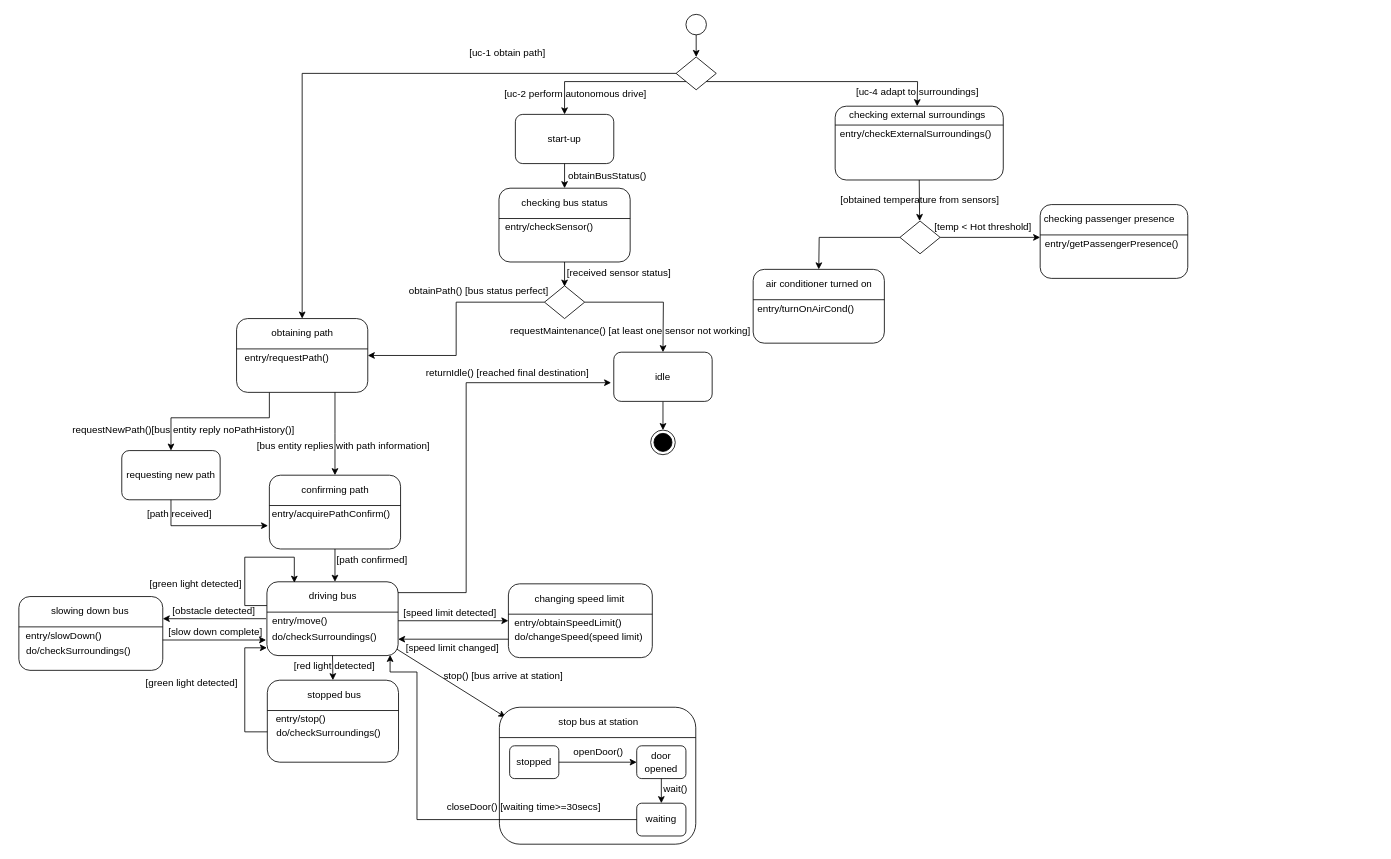
This is stateDiagramDrivingModule.drawio from justn0thinghere/drawio, a draw.io file, before an edit. Source tidied: cells renumbered, new cells numbered last; positions are measured from the earlier drawing's top-left corner, leaving out a move shared by most shapes. Both pictures are drawn from the tidied source at 82%, with x=0, y=0 at pixel (13, 14).
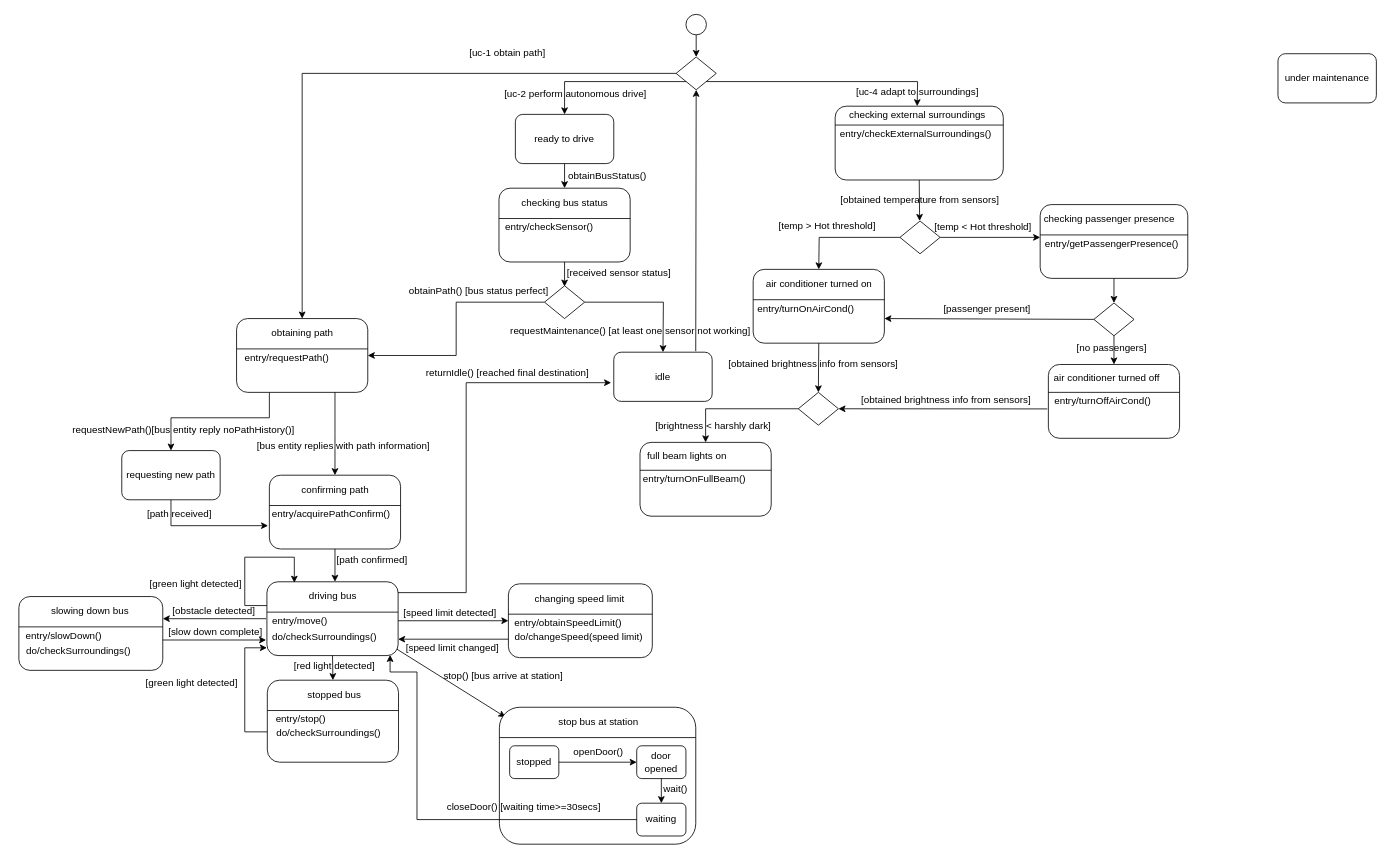
The same page after the edit.

The change refers to these unchanged cells:
```xml
<mxCell id="4" style="rhombus;whiteSpace=wrap;html=1;" parent="1" vertex="1">
  <mxGeometry x="808" y="52" width="49" height="40" as="geometry" />
</mxCell>
<mxCell id="24" value="idle" style="rounded=1;whiteSpace=wrap;html=1;" parent="1" vertex="1">
  <mxGeometry x="732" y="412" width="120" height="60" as="geometry" />
</mxCell>
<mxCell id="103" style="rounded=1;whiteSpace=wrap;html=1;" parent="1" vertex="1">
  <mxGeometry x="902" y="311" width="160" height="90" as="geometry" />
</mxCell>
<mxCell id="108" style="rounded=1;whiteSpace=wrap;html=1;" parent="1" vertex="1">
  <mxGeometry x="1252" y="232" width="180" height="90" as="geometry" />
</mxCell>
```

Change to the diagram source:
```diff
@@
-    <mxCell id="2" style="ellipse;html=1;shape=endState;fillColor=#000000;strokeColor=#000000;" parent="1" vertex="1">
-      <mxGeometry x="777" y="507" width="30" height="30" as="geometry" />
-    </mxCell>
@@
-    <mxCell id="11" value="start-up" style="rounded=1;whiteSpace=wrap;html=1;" parent="1" vertex="1">
+    <mxCell id="11" value="ready to drive" style="rounded=1;whiteSpace=wrap;html=1;" parent="1" vertex="1">
       <mxGeometry x="612" y="122" width="120" height="60" as="geometry" />
     </mxCell>
@@
-    <mxCell id="23" style="endArrow=classic;html=1;rounded=0;exitX=0.5;exitY=1;exitDx=0;exitDy=0;entryX=0.5;entryY=0;entryDx=0;entryDy=0;" parent="1" edge="1" source="24" target="2">
-      <mxGeometry relative="1" as="geometry" />
-    </mxCell>
@@
+    <mxCell id="113" style="endArrow=classic;html=1;rounded=0;exitX=0.833;exitY=-0.02;exitDx=0;exitDy=0;entryX=0.5;entryY=1;entryDx=0;entryDy=0;exitPerimeter=0;" parent="1" edge="1" source="24" target="4">
+      <mxGeometry relative="1" as="geometry" />
+    </mxCell>
+    <mxCell id="114" value="under maintenance" style="rounded=1;whiteSpace=wrap;html=1;" parent="1" vertex="1">
+      <mxGeometry x="1542" y="48" width="120" height="60" as="geometry" />
+    </mxCell>
+    <mxCell id="115" value="[temp &amp;gt; Hot threshold]" style="text;html=1;align=center;verticalAlign=middle;strokeColor=none;fillColor=none;" parent="1" vertex="1">
+      <mxGeometry x="922" y="243" width="140" height="30" as="geometry" />
+    </mxCell>
+    <mxCell id="116" style="rhombus;whiteSpace=wrap;html=1;" parent="1" vertex="1">
+      <mxGeometry x="1317.5" y="352" width="49" height="40" as="geometry" />
+    </mxCell>
+    <mxCell id="117" style="endArrow=classic;html=1;rounded=0;exitX=0.5;exitY=1;exitDx=0;exitDy=0;" parent="1" edge="1" source="108" target="116">
+      <mxGeometry relative="1" as="geometry" />
+    </mxCell>
+    <mxCell id="118" style="endArrow=classic;html=1;rounded=0;exitX=0;exitY=0.5;exitDx=0;exitDy=0;" parent="1" edge="1" source="116">
+      <mxGeometry relative="1" as="geometry">
+        <mxPoint x="1062" y="371" as="targetPoint" />
+      </mxGeometry>
+    </mxCell>
+    <mxCell id="119" value="[passenger present]" style="text;html=1;align=center;verticalAlign=middle;strokeColor=none;fillColor=none;" parent="1" vertex="1">
+      <mxGeometry x="1122" y="344" width="130" height="30" as="geometry" />
+    </mxCell>
+    <mxCell id="120" style="rounded=1;whiteSpace=wrap;html=1;" parent="1" vertex="1">
+      <mxGeometry x="1262" y="427" width="160" height="90" as="geometry" />
+    </mxCell>
+    <mxCell id="121" style="line;strokeWidth=1;fillColor=none;align=left;verticalAlign=middle;spacingTop=-1;spacingLeft=3;spacingRight=3;labelPosition=right;strokeColor=inherit;" parent="1" vertex="1">
+      <mxGeometry x="1262" y="457" width="160" height="8" as="geometry" />
+    </mxCell>
+    <mxCell id="122" value="air conditioner turned off" style="text;html=1;align=center;verticalAlign=middle;strokeColor=none;fillColor=none;" parent="1" vertex="1">
+      <mxGeometry x="1258" y="429" width="150" height="30" as="geometry" />
+    </mxCell>
+    <mxCell id="123" value="entry/turnOffAirCond()" style="text;html=1;align=center;verticalAlign=middle;strokeColor=none;fillColor=none;" parent="1" vertex="1">
+      <mxGeometry x="1258" y="457" width="140" height="30" as="geometry" />
+    </mxCell>
+    <mxCell id="124" style="endArrow=classic;html=1;rounded=0;exitX=0.5;exitY=1;exitDx=0;exitDy=0;entryX=0.5;entryY=0;entryDx=0;entryDy=0;" parent="1" edge="1" source="116" target="120">
+      <mxGeometry relative="1" as="geometry" />
+    </mxCell>
+    <mxCell id="125" value="[no passengers]" style="text;html=1;align=center;verticalAlign=middle;strokeColor=none;fillColor=none;" parent="1" vertex="1">
+      <mxGeometry x="1284" y="392" width="110" height="30" as="geometry" />
+    </mxCell>
+    <mxCell id="126" style="endArrow=classic;html=1;rounded=0;exitX=0.5;exitY=1;exitDx=0;exitDy=0;entryX=0.5;entryY=0;entryDx=0;entryDy=0;" parent="1" edge="1" source="103" target="127">
+      <mxGeometry relative="1" as="geometry" />
+    </mxCell>
+    <mxCell id="127" style="rhombus;whiteSpace=wrap;html=1;" parent="1" vertex="1">
+      <mxGeometry x="957" y="461" width="49" height="40" as="geometry" />
+    </mxCell>
+    <mxCell id="128" style="endArrow=classic;html=1;rounded=0;exitX=-0.008;exitY=0.602;exitDx=0;exitDy=0;exitPerimeter=0;entryX=1;entryY=0.5;entryDx=0;entryDy=0;" parent="1" edge="1" source="120" target="127">
+      <mxGeometry relative="1" as="geometry" />
+    </mxCell>
+    <mxCell id="129" value="[obtained brightness info from sensors]" style="text;html=1;align=center;verticalAlign=middle;strokeColor=none;fillColor=none;" parent="1" vertex="1">
+      <mxGeometry x="860" y="412" width="230" height="30" as="geometry" />
+    </mxCell>
+    <mxCell id="130" value="[obtained brightness info from sensors]" style="text;html=1;align=center;verticalAlign=middle;strokeColor=none;fillColor=none;" parent="1" vertex="1">
+      <mxGeometry x="1022" y="455" width="230" height="30" as="geometry" />
+    </mxCell>
+    <mxCell id="131" style="endArrow=classic;html=1;rounded=0;exitX=0;exitY=0.5;exitDx=0;exitDy=0;edgeStyle=orthogonalEdgeStyle;entryX=0.5;entryY=0;entryDx=0;entryDy=0;" parent="1" edge="1" source="127" target="132">
+      <mxGeometry relative="1" as="geometry" />
+    </mxCell>
+    <mxCell id="132" style="rounded=1;whiteSpace=wrap;html=1;" parent="1" vertex="1">
+      <mxGeometry x="764" y="522" width="160" height="90" as="geometry" />
+    </mxCell>
+    <mxCell id="133" style="line;strokeWidth=1;fillColor=none;align=left;verticalAlign=middle;spacingTop=-1;spacingLeft=3;spacingRight=3;labelPosition=right;strokeColor=inherit;" parent="1" vertex="1">
+      <mxGeometry x="764" y="552" width="160" height="8" as="geometry" />
+    </mxCell>
+    <mxCell id="134" value="full beam lights on" style="text;html=1;align=center;verticalAlign=middle;strokeColor=none;fillColor=none;" parent="1" vertex="1">
+      <mxGeometry x="761" y="524" width="120" height="30" as="geometry" />
+    </mxCell>
+    <mxCell id="135" value="entry/turnOnFullBeam()" style="text;html=1;align=center;verticalAlign=middle;strokeColor=none;fillColor=none;" parent="1" vertex="1">
+      <mxGeometry x="755" y="552" width="150" height="30" as="geometry" />
+    </mxCell>
+    <mxCell id="136" value="[brightness &amp;lt; harshly dark]" style="text;html=1;align=center;verticalAlign=middle;strokeColor=none;fillColor=none;" parent="1" vertex="1">
+      <mxGeometry x="772.5" y="487" width="160" height="30" as="geometry" />
+    </mxCell>
```
